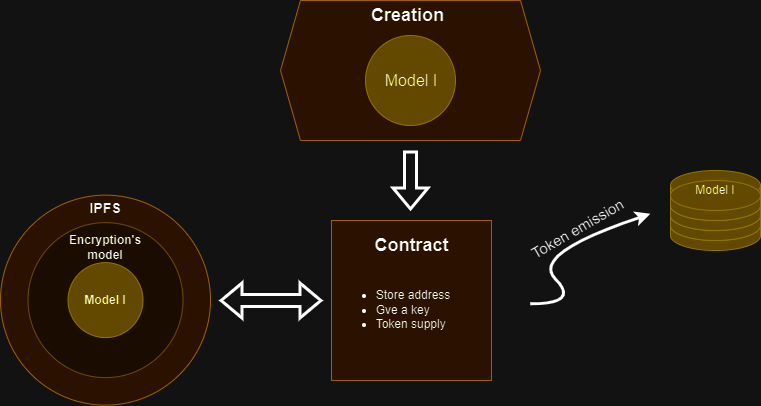
Mathiskrvl/Delea keeps this draw.io diagram as Model_creation.png. Above is the earlier version. Source tidied: cells renumbered, new cells last; positions are measured from the earlier drawing's top-left corner, leaving out a move shared by most shapes.
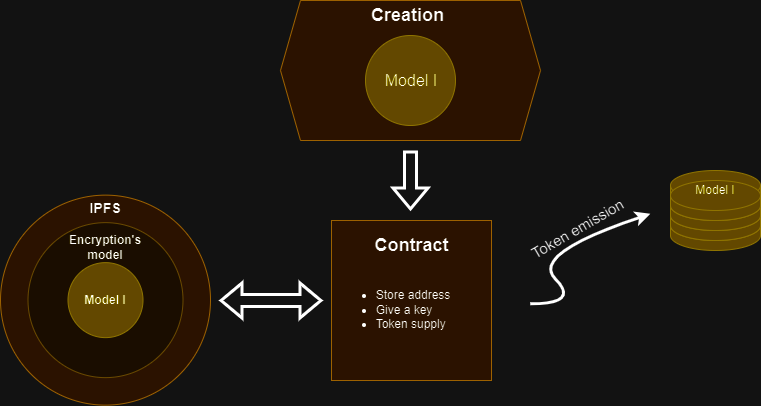
After the commit.

Commit message:
Création d'un modèle

What changed in the source:
```diff
@@ -96,7 +96,7 @@
         <mxPoint x="82" y="150" as="targetPoint" />
       </mxGeometry>
     </mxCell>
-    <mxCell id="29" value="&lt;br&gt;&lt;ul&gt;&lt;li style=&quot;text-align: left;&quot;&gt;Store address&lt;/li&gt;&lt;li style=&quot;text-align: left;&quot;&gt;Gve a key&amp;nbsp;&amp;nbsp;&lt;/li&gt;&lt;li style=&quot;text-align: left;&quot;&gt;Token supply&lt;/li&gt;&lt;/ul&gt;" style="text;html=1;align=center;verticalAlign=middle;whiteSpace=wrap;rounded=0;" parent="24" vertex="1">
+    <mxCell id="29" value="&lt;br&gt;&lt;ul&gt;&lt;li style=&quot;text-align: left;&quot;&gt;Store address&lt;/li&gt;&lt;li style=&quot;text-align: left;&quot;&gt;Give a key&amp;nbsp;&amp;nbsp;&lt;/li&gt;&lt;li style=&quot;text-align: left;&quot;&gt;Token supply&lt;/li&gt;&lt;/ul&gt;" style="text;html=1;align=center;verticalAlign=middle;whiteSpace=wrap;rounded=0;" parent="24" vertex="1">
       <mxGeometry x="43" y="117" width="220" height="70" as="geometry" />
     </mxCell>
   </root>
```
